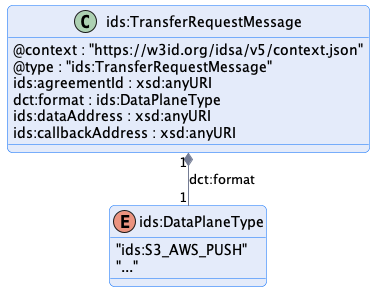
The PlantUML diagram transfer/images/transfer-request-message.png in International-Data-Spaces-Association/ids-specification, before a commit.
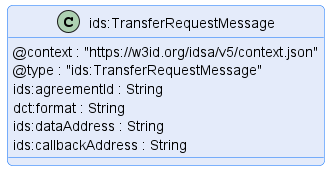
After the change.

What changed in the source:
```diff
@@ -9,18 +9,10 @@
 class "ids:TransferRequestMessage" {
     @context : "https://w3id.org/idsa/v5/context.json"
     @type : "ids:TransferRequestMessage"
-    ids:agreementId : xsd:anyURI
-    dct:format : ids:DataPlaneType
-    ids:dataAddress : xsd:anyURI
-    ids:callbackAddress : xsd:anyURI
+    ids:agreementId : String
+    dct:format : String
+    ids:dataAddress : String
+    ids:callbackAddress : String
 }
 
-
-enum ids:DataPlaneType {
-    "ids:S3_AWS_PUSH"
-    "..."
-}
-
-"ids:TransferRequestMessage" "1" *-- "1" "ids:DataPlaneType" : "dct:format"
-
 @enduml
```
